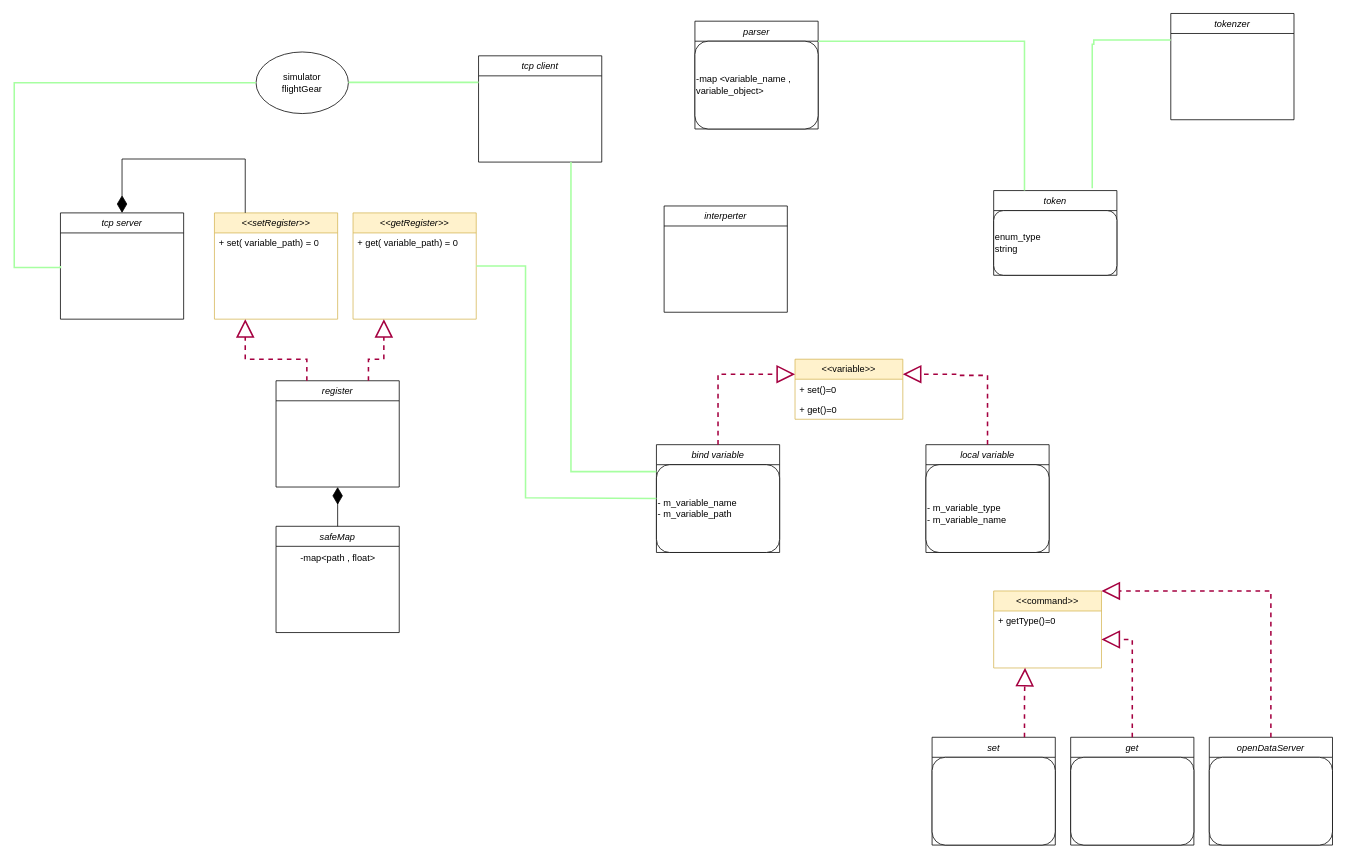
The draw.io diagram UAV_Diagram.drawio in dudi-w/flight-simulator-interpreter, before the edit. Source tidied: cells renumbered, new cells numbered last; positions are measured from the earlier drawing's top-left corner, leaving out a move shared by most shapes. Both pictures are drawn from the tidied source at 77%, with x=0, y=0 at pixel (14, 13).
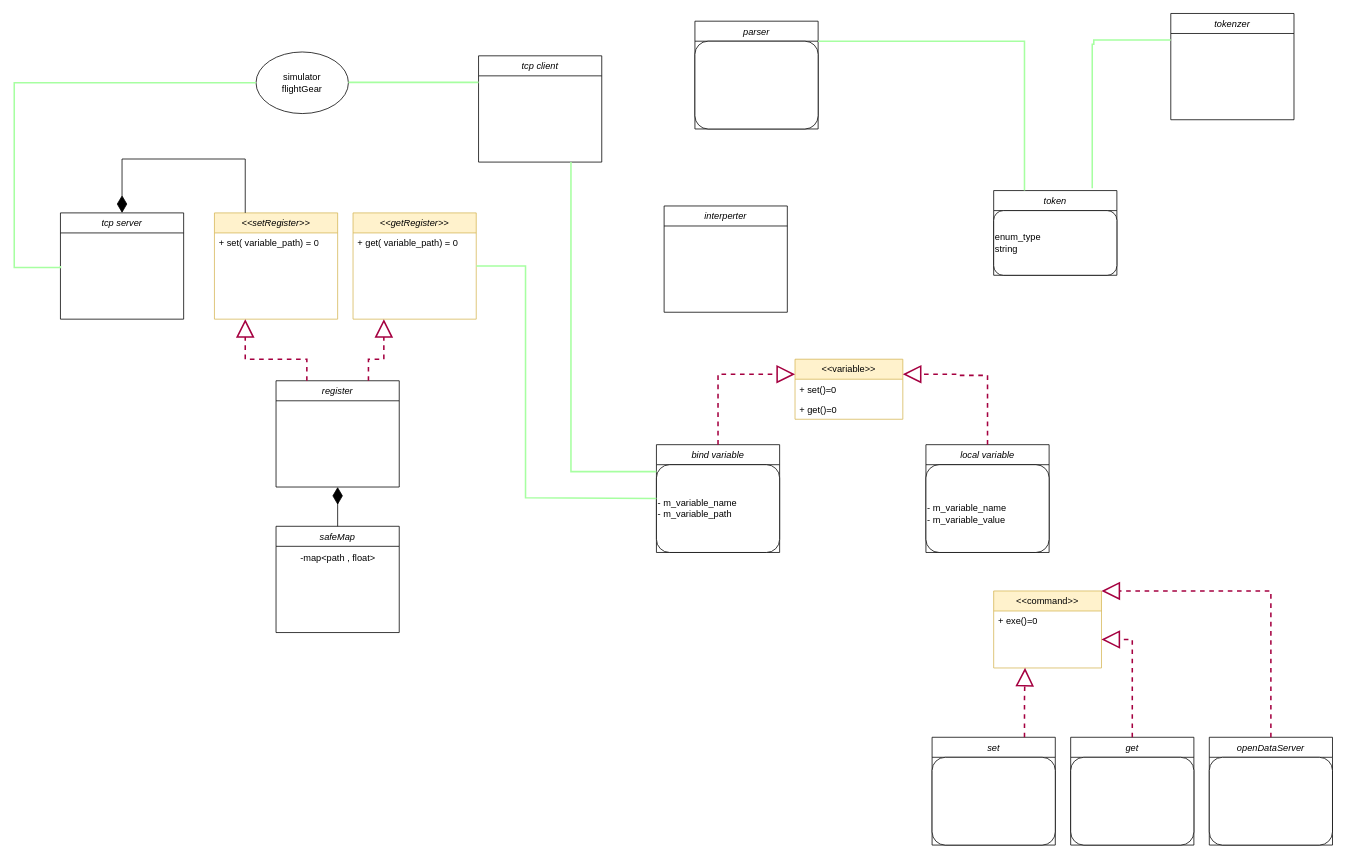
The same page after the edit.

Unchanged cells that the change refers to:
```xml
<mxCell id="26" value="local variable" style="swimlane;fontStyle=2;align=center;verticalAlign=top;horizontal=1;startSize=26;rounded=0;shadow=0;strokeWidth=1;" parent="1" vertex="1">
  <mxGeometry x="1184" y="560" width="160" height="140" as="geometry" />
</mxCell>
<mxCell id="31" value="parser" style="swimlane;fontStyle=2;align=center;verticalAlign=top;horizontal=1;startSize=26;rounded=0;shadow=0;strokeWidth=1;" parent="1" vertex="1">
  <mxGeometry x="884" y="10" width="160" height="140" as="geometry" />
</mxCell>
<mxCell id="37" value="&amp;lt;&amp;lt;command&amp;gt;&amp;gt;" style="swimlane;fontStyle=0;horizontal=1;startSize=26;fillColor=#fff2cc;whiteSpace=wrap;html=1;strokeColor=#d6b656;fillStyle=auto;" parent="1" vertex="1">
  <mxGeometry x="1272" y="750" width="140" height="100" as="geometry" />
</mxCell>
```

What changed in the source:
```diff
@@
-    <mxCell id="27" value="&lt;div align=&quot;left&quot;&gt;&lt;br&gt;- m_variable_type&lt;/div&gt;&lt;div align=&quot;left&quot;&gt;- m_variable_name&lt;/div&gt;" style="rounded=1;whiteSpace=wrap;html=1;align=left;" parent="26" vertex="1">
+    <mxCell id="27" value="&lt;div align=&quot;left&quot;&gt;&lt;br&gt;- m_variable_name&lt;/div&gt;&lt;div align=&quot;left&quot;&gt;- m_variable_value&lt;/div&gt;" style="rounded=1;whiteSpace=wrap;html=1;align=left;" parent="26" vertex="1">
       <mxGeometry y="26" width="160" height="114" as="geometry" />
     </mxCell>
@@
-    <mxCell id="32" value="-map &amp;lt;variable_name , variable_object&amp;gt;" style="rounded=1;whiteSpace=wrap;html=1;align=left;" parent="31" vertex="1">
+    <mxCell id="32" style="rounded=1;whiteSpace=wrap;html=1;align=left;" parent="31" vertex="1">
       <mxGeometry y="26" width="160" height="114" as="geometry" />
     </mxCell>
@@
-    <mxCell id="38" value="+ getType()=0" style="text;strokeColor=none;fillColor=none;align=left;verticalAlign=top;spacingLeft=4;spacingRight=4;overflow=hidden;points=[[0,0.5],[1,0.5]];portConstraint=eastwest;whiteSpace=wrap;html=1;" parent="37" vertex="1">
+    <mxCell id="38" value="+ exe()=0" style="text;strokeColor=none;fillColor=none;align=left;verticalAlign=top;spacingLeft=4;spacingRight=4;overflow=hidden;points=[[0,0.5],[1,0.5]];portConstraint=eastwest;whiteSpace=wrap;html=1;" parent="37" vertex="1">
       <mxGeometry y="26" width="140" height="74" as="geometry" />
     </mxCell>
```
